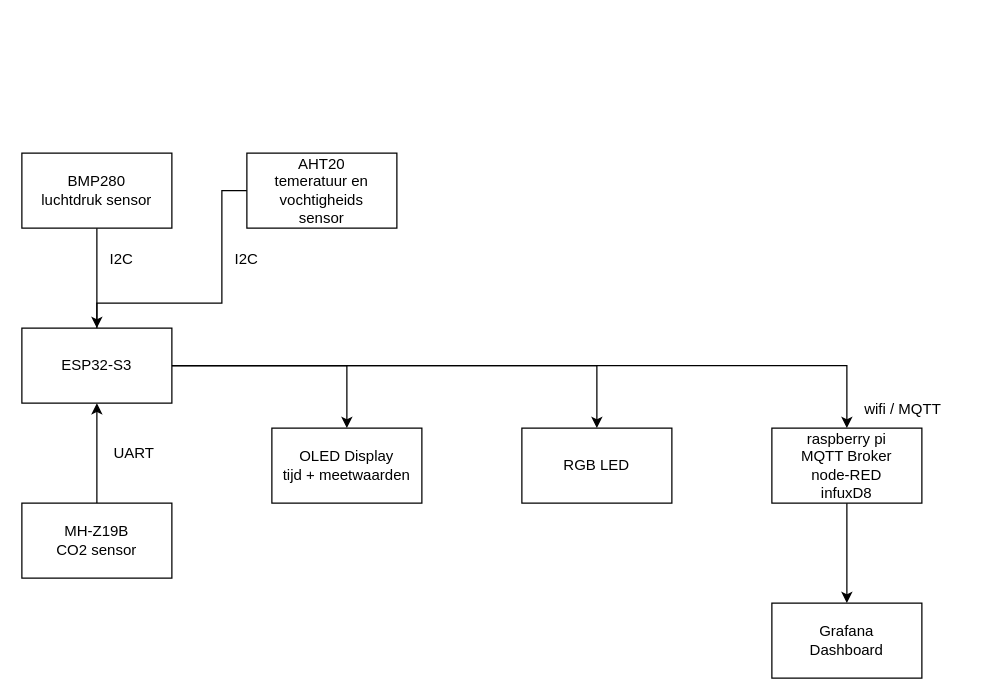
Earlier version of the draw.io diagram docs/blokdiagramIoT.drawio (TiesBerghs447/IoT-smart-air-clock). Source tidied: cells renumbered, new cells numbered last; positions are measured from the earlier drawing's top-left corner, leaving out a move shared by most shapes. Both pictures are drawn from the tidied source at 125%, with x=0, y=0 at pixel (21, 152).
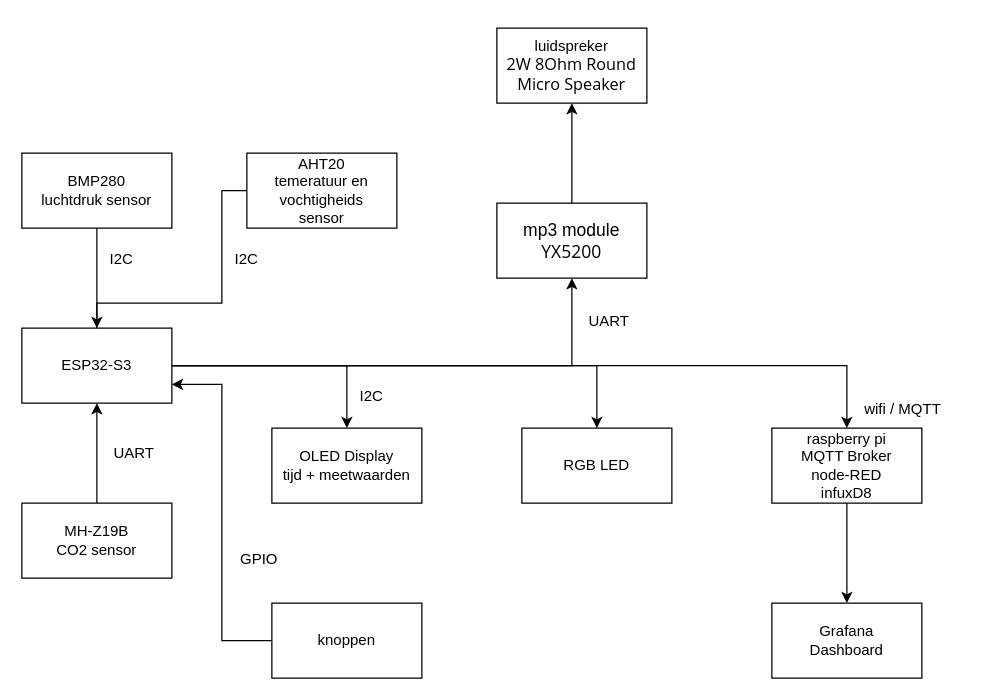
After the change.

Commit message (it also covers changes not shown here):
blokschema uitgebruid

The change refers to these unchanged cells:
```xml
<mxCell id="9" value="ESP32-S3" style="whiteSpace=wrap;html=1;" parent="1" vertex="1">
  <mxGeometry y="140" width="120" height="60" as="geometry" />
</mxCell>
<mxCell id="14" value="raspberry pi&lt;div&gt;MQTT Broker&lt;/div&gt;&lt;div&gt;node-RED&lt;/div&gt;&lt;div&gt;infuxD8&lt;/div&gt;" style="whiteSpace=wrap;html=1;" parent="1" vertex="1">
  <mxGeometry x="600" y="220" width="120" height="60" as="geometry" />
</mxCell>
```

What changed in the source:
```diff
@@
+    <mxCell id="21" style="edgeStyle=orthogonalEdgeStyle;rounded=0;jettySize=auto;html=1;entryX=0.5;entryY=1;entryDx=0;entryDy=0;" parent="1" edge="1" source="9" target="23">
+      <mxGeometry relative="1" as="geometry" />
+    </mxCell>
@@
-    <mxCell id="20" style="edgeStyle=orthogonalEdgeStyle;rounded=0;jettySize=auto;html=1;entryX=0.5;entryY=0;entryDx=0;entryDy=0;" parent="1" edge="1" source="9" target="14">
+    <mxCell id="20" style="edgeStyle=orthogonalEdgeStyle;rounded=0;jettySize=auto;html=1;entryX=0.5;entryY=0;entryDx=0;entryDy=0;endArrow=classic;endFill=1;startArrow=none;startFill=0;" parent="1" edge="1" source="9" target="14">
       <mxGeometry relative="1" as="geometry" />
     </mxCell>
+    <mxCell id="22" style="edgeStyle=orthogonalEdgeStyle;rounded=0;jettySize=auto;html=1;entryX=0.5;entryY=1;entryDx=0;entryDy=0;" parent="1" edge="1" source="23" target="24">
+      <mxGeometry relative="1" as="geometry" />
+    </mxCell>
+    <mxCell id="23" value="&lt;font style=&quot;font-size: 14px;&quot;&gt;mp3 module&lt;br&gt;&lt;span style=&quot;color: rgb(0, 0, 0); font-family: &amp;quot;TT Norms Pro&amp;quot;, &amp;quot;Open Sans&amp;quot;, Roboto, Arial, Helvetica, sans-serif, SimSun; text-align: start;&quot;&gt;YX5200&lt;/span&gt;&lt;/font&gt;" style="whiteSpace=wrap;html=1;" parent="1" vertex="1">
+      <mxGeometry x="380" y="40" width="120" height="60" as="geometry" />
+    </mxCell>
+    <mxCell id="24" value="&lt;p&gt;&lt;span style=&quot;color: light-dark(rgb(0, 0, 0), rgb(255, 255, 255));&quot;&gt;luidspreker&lt;br&gt;&lt;/span&gt;&lt;span style=&quot;font-family: &amp;quot;TT Norms Pro&amp;quot;, &amp;quot;Open Sans&amp;quot;, Roboto, Arial, Helvetica, sans-serif, SimSun; text-align: start; color: light-dark(rgb(0, 0, 0), rgb(255, 255, 255));&quot;&gt;&lt;font style=&quot;font-size: 13px;&quot;&gt;2W 8Ohm Round Micro Speaker&lt;/font&gt;&lt;/span&gt;&lt;/p&gt;" style="whiteSpace=wrap;html=1;" parent="1" vertex="1">
+      <mxGeometry x="380" y="-100" width="120" height="60" as="geometry" />
+    </mxCell>
+    <mxCell id="25" value="UART" style="text;html=1;whiteSpace=wrap;strokeColor=none;fillColor=none;align=center;verticalAlign=middle;rounded=0;" parent="1" vertex="1">
+      <mxGeometry x="440" y="120" width="60" height="30" as="geometry" />
+    </mxCell>
+    <mxCell id="26" style="edgeStyle=orthogonalEdgeStyle;rounded=0;jettySize=auto;html=1;entryX=1;entryY=0.75;entryDx=0;entryDy=0;" parent="1" edge="1" source="27" target="9">
+      <mxGeometry relative="1" as="geometry" />
+    </mxCell>
+    <mxCell id="27" value="knoppen" style="whiteSpace=wrap;html=1;" parent="1" vertex="1">
+      <mxGeometry x="200" y="360" width="120" height="60" as="geometry" />
+    </mxCell>
+    <mxCell id="28" value="GPIO" style="text;html=1;whiteSpace=wrap;strokeColor=none;fillColor=none;align=center;verticalAlign=middle;rounded=0;" parent="1" vertex="1">
+      <mxGeometry x="160" y="310" width="60" height="30" as="geometry" />
+    </mxCell>
+    <mxCell id="29" value="I2C" style="text;html=1;whiteSpace=wrap;strokeColor=none;fillColor=none;align=center;verticalAlign=middle;rounded=0;" parent="1" vertex="1">
+      <mxGeometry x="250" y="180" width="60" height="30" as="geometry" />
+    </mxCell>
```
